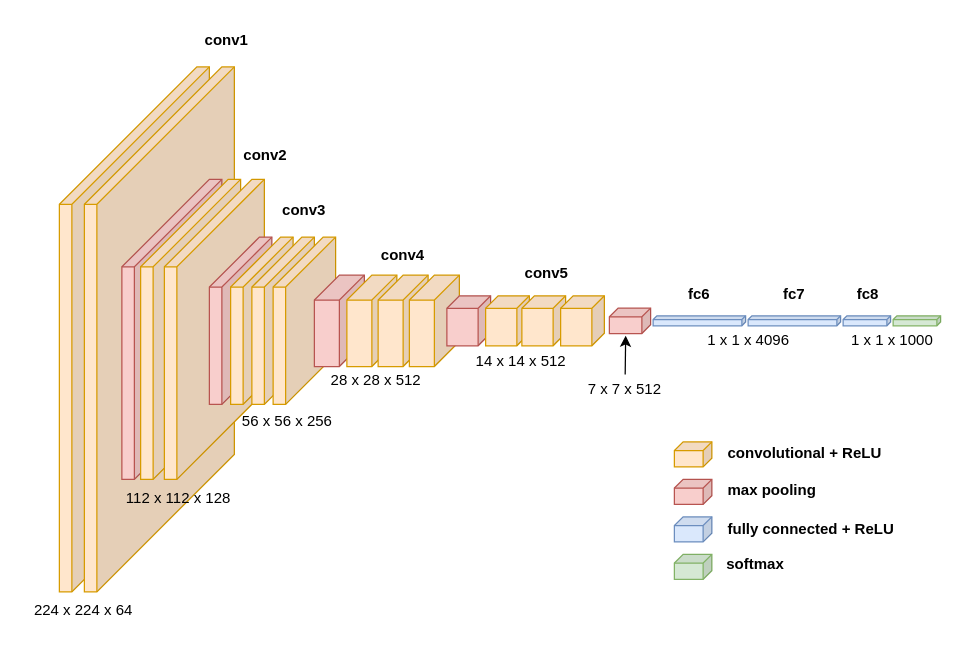
Above: vgg16_xml.drawio in algerjiang/Neural-Network-Architecture-Diagrams (draw.io), before the change. Source tidied: cells renumbered, new cells numbered last; positions are measured from the earlier drawing's top-left corner, leaving out a move shared by most shapes. Both pictures are drawn from the tidied source at 125%, with x=0, y=0 at pixel (21, 21).
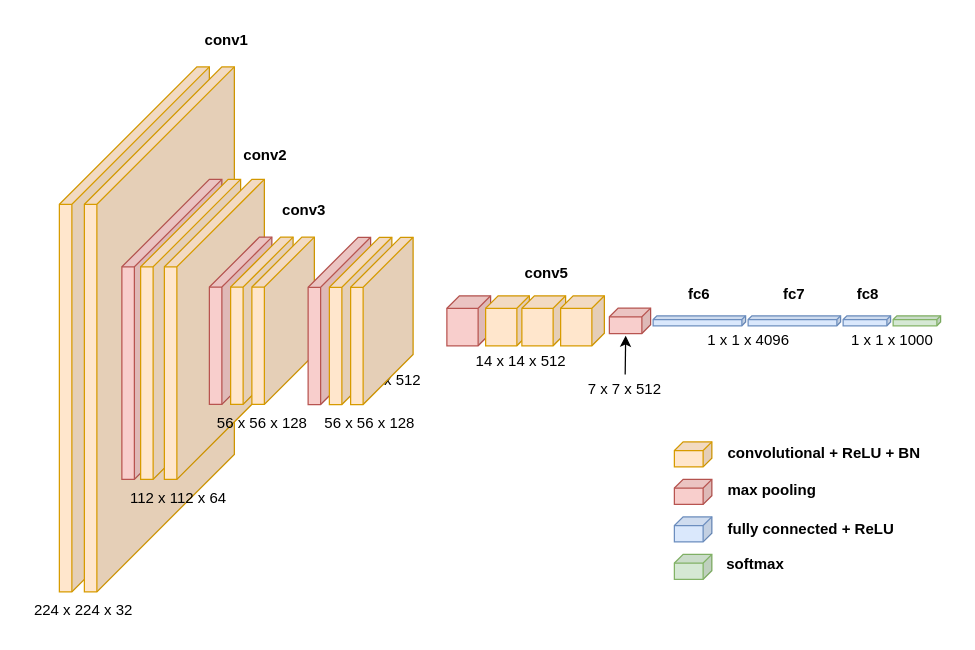
Above is the later version.

What changed in the source:
```diff
@@
-    <mxCell id="10" style="shape=cube;whiteSpace=wrap;html=1;boundedLbl=1;backgroundOutline=1;darkOpacity=0.05;darkOpacity2=0.1;size=40;direction=east;flipH=1;fillColor=#ffe6cc;strokeColor=#d79b00;" parent="1" vertex="1">
-      <mxGeometry x="201" y="172.2" width="50" height="133.8" as="geometry" />
-    </mxCell>
-    <mxCell id="11" style="shape=cube;whiteSpace=wrap;html=1;boundedLbl=1;backgroundOutline=1;darkOpacity=0.05;darkOpacity2=0.1;size=20;direction=east;flipH=1;fillColor=#f8cecc;strokeColor=#b85450;" parent="1" vertex="1">
-      <mxGeometry x="234" y="202.6" width="40" height="73.1" as="geometry" />
-    </mxCell>
-    <mxCell id="12" style="shape=cube;whiteSpace=wrap;html=1;boundedLbl=1;backgroundOutline=1;darkOpacity=0.05;darkOpacity2=0.1;size=20;direction=east;flipH=1;fillColor=#ffe6cc;strokeColor=#d79b00;" parent="1" vertex="1">
-      <mxGeometry x="260" y="202.6" width="40" height="73.1" as="geometry" />
-    </mxCell>
-    <mxCell id="13" style="shape=cube;whiteSpace=wrap;html=1;boundedLbl=1;backgroundOutline=1;darkOpacity=0.05;darkOpacity2=0.1;size=20;direction=east;flipH=1;fillColor=#ffe6cc;strokeColor=#d79b00;" parent="1" vertex="1">
-      <mxGeometry x="285" y="202.6" width="40" height="73.1" as="geometry" />
-    </mxCell>
-    <mxCell id="14" style="shape=cube;whiteSpace=wrap;html=1;boundedLbl=1;backgroundOutline=1;darkOpacity=0.05;darkOpacity2=0.1;size=20;direction=east;flipH=1;fillColor=#ffe6cc;strokeColor=#d79b00;" parent="1" vertex="1">
-      <mxGeometry x="310" y="202.6" width="40" height="73.1" as="geometry" />
-    </mxCell>
@@
-    <mxCell id="29" value="&lt;b&gt;conv4&lt;/b&gt;" style="text;html=1;strokeColor=none;fillColor=none;align=center;verticalAlign=middle;whiteSpace=wrap;rounded=0;" parent="1" vertex="1">
-      <mxGeometry x="285" y="172.2" width="40" height="30" as="geometry" />
-    </mxCell>
@@
-    <mxCell id="34" value="224 x 224 x 64" style="text;html=1;strokeColor=none;fillColor=none;align=center;verticalAlign=middle;whiteSpace=wrap;rounded=0;" parent="1" vertex="1">
+    <mxCell id="34" value="224 x 224 x 32" style="text;html=1;strokeColor=none;fillColor=none;align=center;verticalAlign=middle;whiteSpace=wrap;rounded=0;" parent="1" vertex="1">
       <mxGeometry y="456" width="99" height="30" as="geometry" />
     </mxCell>
-    <mxCell id="35" value="112 x 112 x 128" style="text;html=1;strokeColor=none;fillColor=none;align=center;verticalAlign=middle;whiteSpace=wrap;rounded=0;" parent="1" vertex="1">
+    <mxCell id="35" value="112 x 112 x 64" style="text;html=1;strokeColor=none;fillColor=none;align=center;verticalAlign=middle;whiteSpace=wrap;rounded=0;" parent="1" vertex="1">
       <mxGeometry x="76" y="366" width="99" height="30" as="geometry" />
     </mxCell>
-    <mxCell id="36" value="56 x 56 x 256" style="text;html=1;strokeColor=none;fillColor=none;align=center;verticalAlign=middle;whiteSpace=wrap;rounded=0;" parent="1" vertex="1">
-      <mxGeometry x="163" y="305" width="99" height="30" as="geometry" />
+    <mxCell id="36" value="56 x 56 x 128&lt;br&gt;" style="text;html=1;strokeColor=none;fillColor=none;align=center;verticalAlign=middle;whiteSpace=wrap;rounded=0;" parent="1" vertex="1">
+      <mxGeometry x="142.5" y="306" width="99" height="30" as="geometry" />
     </mxCell>
@@
-    <mxCell id="45" value="convolutional + ReLU" style="text;html=1;strokeColor=none;fillColor=none;align=left;verticalAlign=middle;whiteSpace=wrap;rounded=0;fontStyle=1;" parent="1" vertex="1">
-      <mxGeometry x="563" y="333.1" width="138" height="23.9" as="geometry" />
+    <mxCell id="45" value="convolutional + ReLU + BN" style="text;html=1;strokeColor=none;fillColor=none;align=left;verticalAlign=middle;whiteSpace=wrap;rounded=0;fontStyle=1;" parent="1" vertex="1">
+      <mxGeometry x="563" y="333.1" width="166" height="23.9" as="geometry" />
     </mxCell>
@@
+    <mxCell id="49" style="shape=cube;whiteSpace=wrap;html=1;boundedLbl=1;backgroundOutline=1;darkOpacity=0.05;darkOpacity2=0.1;size=40;direction=east;flipH=1;fillColor=#f8cecc;strokeColor=#b85450;" parent="1" vertex="1">
+      <mxGeometry x="229" y="172.3" width="50" height="133.8" as="geometry" />
+    </mxCell>
+    <mxCell id="50" style="shape=cube;whiteSpace=wrap;html=1;boundedLbl=1;backgroundOutline=1;darkOpacity=0.05;darkOpacity2=0.1;size=40;direction=east;flipH=1;fillColor=#ffe6cc;strokeColor=#d79b00;" parent="1" vertex="1">
+      <mxGeometry x="246" y="172.3" width="50" height="133.8" as="geometry" />
+    </mxCell>
+    <mxCell id="51" style="shape=cube;whiteSpace=wrap;html=1;boundedLbl=1;backgroundOutline=1;darkOpacity=0.05;darkOpacity2=0.1;size=40;direction=east;flipH=1;fillColor=#ffe6cc;strokeColor=#d79b00;" parent="1" vertex="1">
+      <mxGeometry x="263" y="172.3" width="50" height="133.8" as="geometry" />
+    </mxCell>
+    <mxCell id="52" value="56 x 56 x 128&lt;br&gt;" style="text;html=1;strokeColor=none;fillColor=none;align=center;verticalAlign=middle;whiteSpace=wrap;rounded=0;" parent="1" vertex="1">
+      <mxGeometry x="229" y="306" width="99" height="30" as="geometry" />
+    </mxCell>
```
